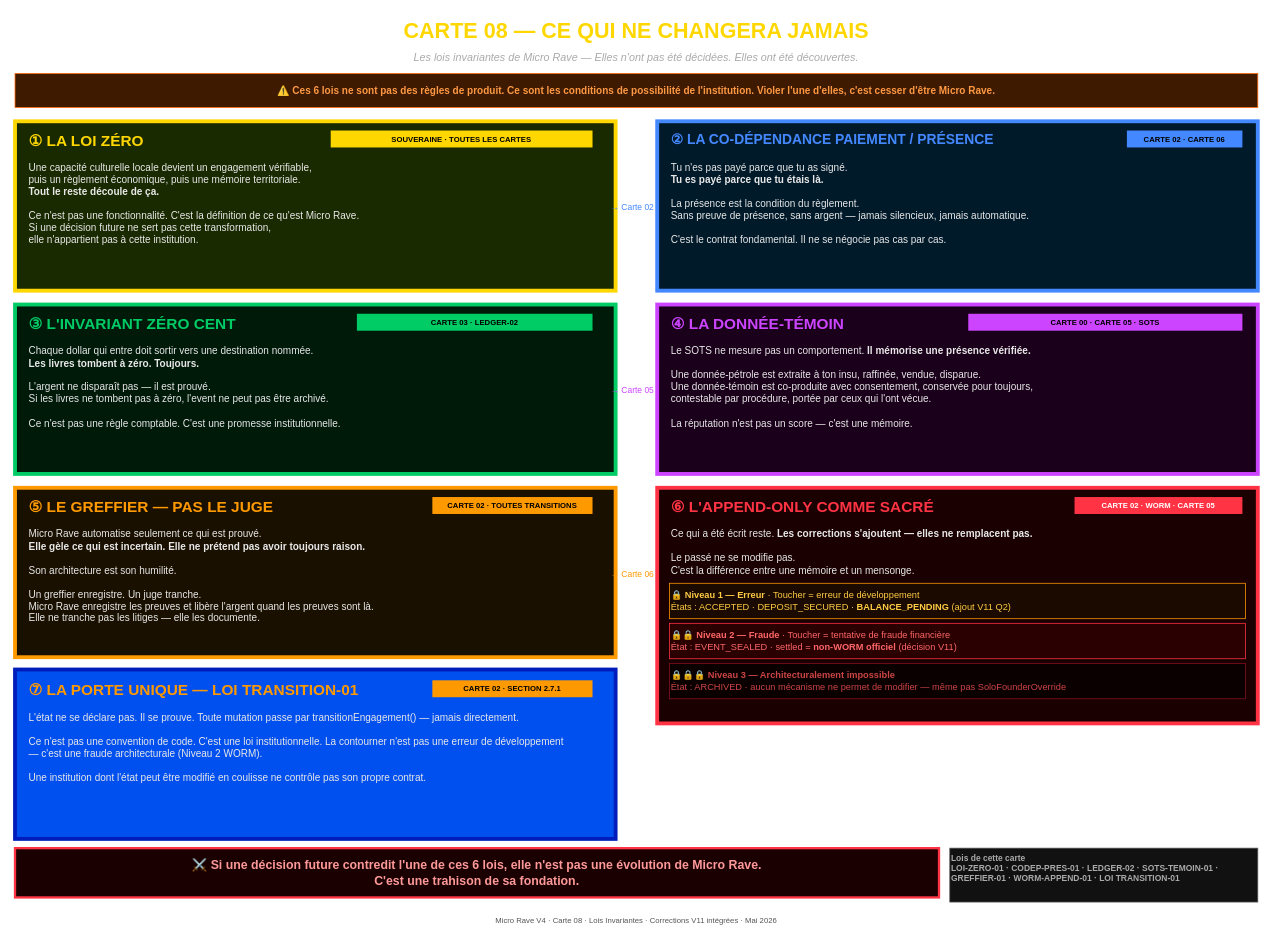
Earlier version of the draw.io diagram docs/cartes/microrave_v4_08_lois_invariantes.drawio (reseau-spec/microrave-v3). Source tidied: cells renumbered, new cells numbered last; positions are measured from the earlier drawing's top-left corner, leaving out a move shared by most shapes. Both pictures are drawn from the tidied source at 77%, with x=0, y=0 at pixel (15, 13).
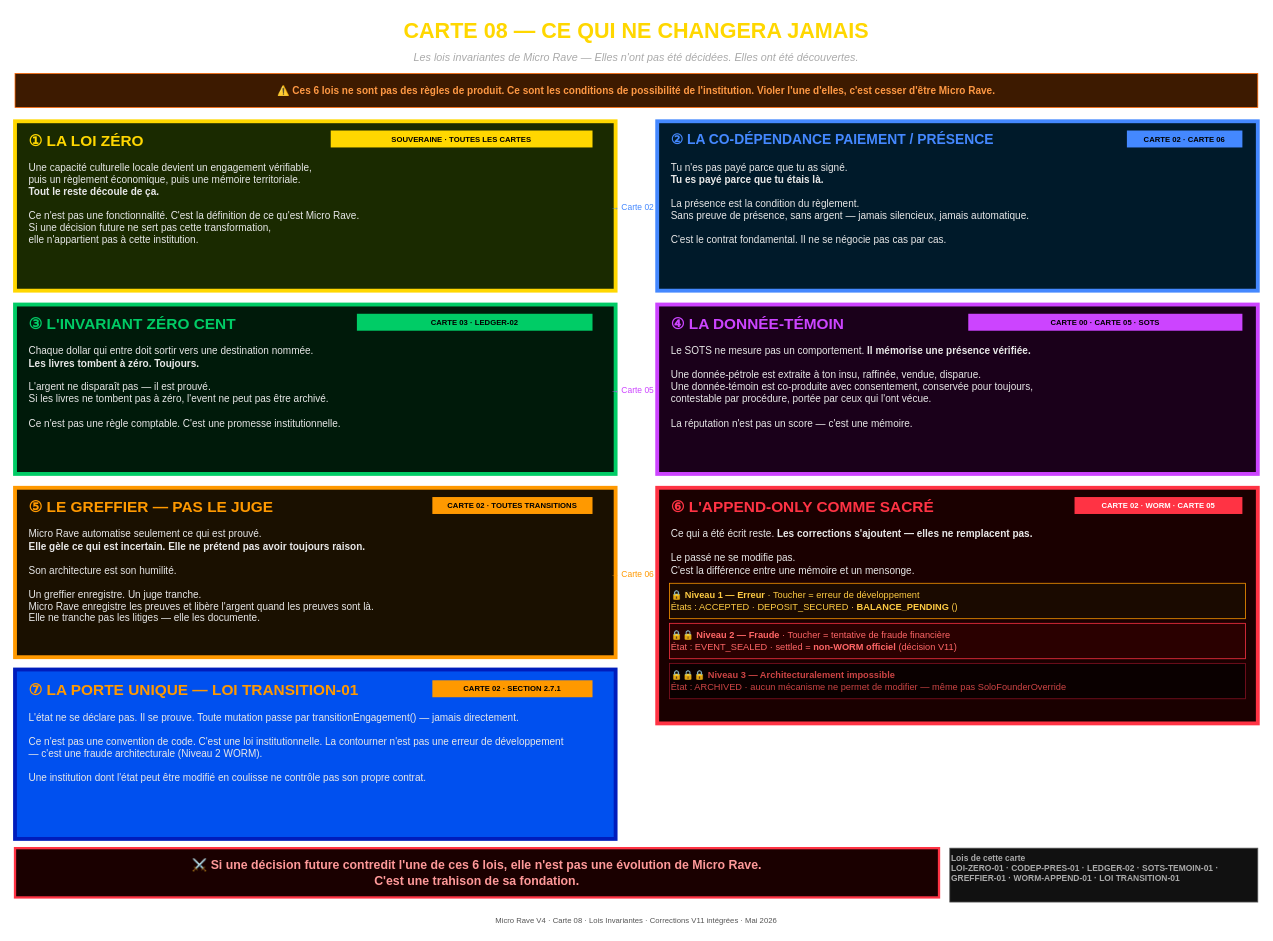
Above is the later version.

Diff of the diagram source:
```diff
@@
-    <mxCell id="29" value="🔒 &lt;b&gt;Niveau 1 — Erreur&lt;/b&gt; · Toucher = erreur de développement&lt;br&gt;États : ACCEPTED · DEPOSIT_SECURED · &lt;b&gt;BALANCE_PENDING&lt;/b&gt; (ajout V11 Q2)" style="rounded=6;whiteSpace=wrap;html=1;fillColor=#1a0a00;strokeColor=#FF9900;fontSize=12;fontColor=#FFCC44;align=left;verticalAlign=middle;" parent="1" vertex="1">
+    <mxCell id="29" value="🔒 &lt;b&gt;Niveau 1 — Erreur&lt;/b&gt; · Toucher = erreur de développement&lt;br&gt;États : ACCEPTED · DEPOSIT_SECURED · &lt;b&gt;BALANCE_PENDING&lt;/b&gt; ()" style="rounded=6;whiteSpace=wrap;html=1;fillColor=#1a0a00;strokeColor=#FF9900;fontSize=12;fontColor=#FFCC44;align=left;verticalAlign=middle;" parent="1" vertex="1">
       <mxGeometry x="850" y="740" width="748" height="46" as="geometry" />
     </mxCell>
```
